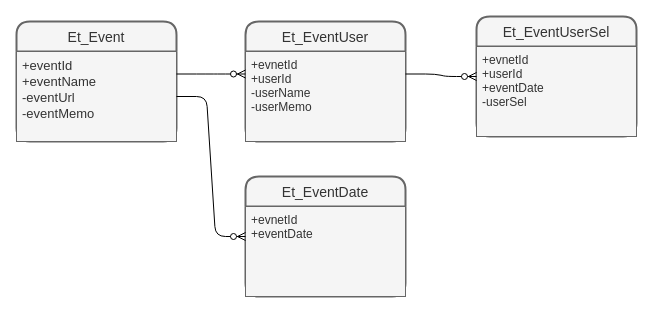
Before: db.drawio in Shin1abe/event-time, a draw.io diagram. Source tidied: cells renumbered, new cells numbered last; positions are measured from the earlier drawing's top-left corner, leaving out a move shared by most shapes. Both pictures are drawn from the tidied source at 100%, with x=0, y=0 at pixel (16, 16).
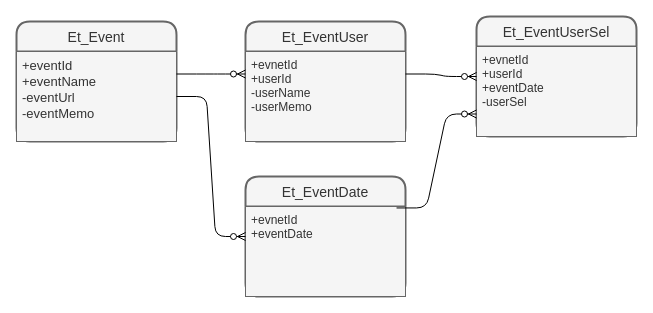
Above is the later version.

Commit message (it also covers changes not shown here):
schema.prisma見直し（eventUserSel）

Diff of the diagram source:
```diff
@@
 <mxGraphModel>
   <root>
     <mxCell id="0" />
     <mxCell id="1" parent="0" />
     <mxCell id="2" value="Et_Event" style="swimlane;horizontal=1;startSize=30;rounded=1;fontSize=14;fontStyle=0;strokeWidth=2;shadow=0;dashed=0;align=center;fillColor=#f5f5f5;fontColor=#333333;strokeColor=#666666;" parent="1" vertex="1">
       <mxGeometry y="5" width="160" height="120" as="geometry" />
     </mxCell>
     <mxCell id="3" value="+eventId&#10;+eventName&#10;-eventUrl&#10;-eventMemo&#10;&#10;" style="align=left;strokeColor=#666666;fillColor=#f5f5f5;spacingLeft=4;fontSize=13;verticalAlign=top;fontColor=#333333;" parent="2" vertex="1">
       <mxGeometry y="30" width="160" height="90" as="geometry" />
     </mxCell>
     <mxCell id="4" value="Et_EventDate" style="swimlane;horizontal=1;startSize=30;rounded=1;fontSize=14;fontStyle=0;strokeWidth=2;shadow=0;dashed=0;align=center;fillColor=#f5f5f5;fontColor=#333333;strokeColor=#666666;" parent="1" vertex="1">
       <mxGeometry x="229" y="160" width="160" height="120" as="geometry" />
     </mxCell>
     <mxCell id="5" value="+evnetId&#10;+eventDate&#10;" style="align=left;strokeColor=#666666;fillColor=#f5f5f5;spacingLeft=4;fontSize=12;verticalAlign=top;fontColor=#333333;" parent="4" vertex="1">
       <mxGeometry y="30" width="160" height="90" as="geometry" />
     </mxCell>
     <mxCell id="6" value="Et_EventUser" style="swimlane;horizontal=1;startSize=30;rounded=1;fontSize=14;fontStyle=0;strokeWidth=2;shadow=0;dashed=0;align=center;fillColor=#f5f5f5;fontColor=#333333;strokeColor=#666666;" parent="1" vertex="1">
       <mxGeometry x="229" y="5" width="160" height="120" as="geometry" />
     </mxCell>
     <mxCell id="7" value="+evnetId&#10;+userId&#10;-userName&#10;-userMemo&#10;" style="align=left;strokeColor=#666666;fillColor=#f5f5f5;spacingLeft=4;fontSize=12;verticalAlign=top;fontColor=#333333;" parent="6" vertex="1">
       <mxGeometry y="30" width="160" height="90" as="geometry" />
     </mxCell>
     <mxCell id="8" value="Et_EventUserSel" style="swimlane;horizontal=1;startSize=30;rounded=1;fontSize=14;fontStyle=0;strokeWidth=2;shadow=0;dashed=0;align=center;fillColor=#f5f5f5;fontColor=#333333;strokeColor=#666666;" parent="1" vertex="1">
       <mxGeometry x="460" width="160" height="120" as="geometry" />
     </mxCell>
     <mxCell id="9" value="+evnetId&#10;+userId&#10;+eventDate&#10;-userSel&#10;" style="align=left;strokeColor=#666666;fillColor=#f5f5f5;spacingLeft=4;fontSize=12;verticalAlign=top;fontColor=#333333;" parent="8" vertex="1">
       <mxGeometry y="30" width="160" height="90" as="geometry" />
     </mxCell>
     <mxCell id="10" style="edgeStyle=entityRelationEdgeStyle;fontSize=12;html=1;endArrow=ERzeroToMany;endFill=1;exitX=1;exitY=0.25;exitDx=0;exitDy=0;entryX=0;entryY=0.25;entryDx=0;entryDy=0;" parent="1" edge="1" source="3" target="7">
       <mxGeometry relative="1" as="geometry" />
     </mxCell>
     <mxCell id="11" style="edgeStyle=entityRelationEdgeStyle;fontSize=12;html=1;endArrow=ERzeroToMany;endFill=1;" parent="1" edge="1" source="3" target="4">
       <mxGeometry relative="1" as="geometry" />
     </mxCell>
     <mxCell id="12" style="edgeStyle=entityRelationEdgeStyle;fontSize=12;html=1;endArrow=ERzeroToMany;endFill=1;exitX=1;exitY=0.25;exitDx=0;exitDy=0;" parent="1" edge="1" source="7" target="8">
       <mxGeometry relative="1" as="geometry" />
     </mxCell>
+    <mxCell id="13" style="edgeStyle=entityRelationEdgeStyle;fontSize=12;html=1;endArrow=ERzeroToMany;endFill=1;entryX=0;entryY=0.75;entryDx=0;entryDy=0;exitX=0.944;exitY=0.016;exitDx=0;exitDy=0;exitPerimeter=0;" parent="1" edge="1" source="5" target="9">
+      <mxGeometry relative="1" as="geometry" />
+    </mxCell>
   </root>
 </mxGraphModel>
```
